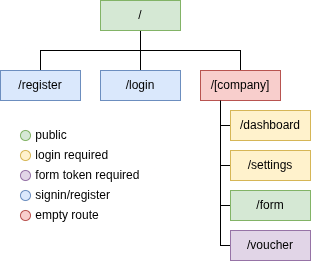
Svenum/CodeBrew keeps this draw.io diagram as Assignment/images/sitemap.drawio.png. Above is the earlier version. Source tidied: cells renumbered, new cells last; positions are measured from the earlier drawing's top-left corner, leaving out a move shared by most shapes.
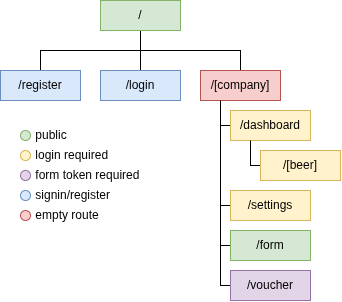
Later version of the same file.

Commit message:
chore: add /[compnay]/dashboard/[beer] endpoint to sitemap

What changed in the source:
```diff
@@ -30,24 +30,24 @@
       <mxGeometry x="200" y="70" width="80" height="30" as="geometry" />
     </mxCell>
     <mxCell id="11" style="edgeStyle=orthogonalEdgeStyle;shape=connector;rounded=0;jettySize=auto;html=1;exitX=0;exitY=0.5;exitDx=0;exitDy=0;entryX=0.25;entryY=1;entryDx=0;entryDy=0;strokeColor=default;align=center;verticalAlign=middle;fontFamily=Helvetica;fontSize=11;fontColor=default;labelBackgroundColor=default;defaultLabelBackgroundColor=gap;labelPadding=0 4;endArrow=none;endFill=0;" parent="1" edge="1" source="12" target="10">
-      <mxGeometry relative="1" as="geometry">
+      <mxGeometry x="0.01" relative="1" as="geometry">
         <Array as="points">
-          <mxPoint x="220" y="205" />
+          <mxPoint x="220" y="245" />
         </Array>
       </mxGeometry>
     </mxCell>
     <mxCell id="12" value="/form" style="rounded=0;whiteSpace=wrap;html=1;fillColor=#d5e8d4;strokeColor=#82b366;" parent="1" vertex="1">
-      <mxGeometry x="230" y="190" width="80" height="30" as="geometry" />
+      <mxGeometry x="230" y="230" width="80" height="30" as="geometry" />
     </mxCell>
     <mxCell id="13" style="edgeStyle=orthogonalEdgeStyle;shape=connector;rounded=0;jettySize=auto;html=1;exitX=0;exitY=0.5;exitDx=0;exitDy=0;entryX=0.25;entryY=1;entryDx=0;entryDy=0;strokeColor=default;align=center;verticalAlign=middle;fontFamily=Helvetica;fontSize=11;fontColor=default;labelBackgroundColor=default;defaultLabelBackgroundColor=gap;labelPadding=0 4;endArrow=none;endFill=0;" parent="1" edge="1" source="14" target="10">
-      <mxGeometry relative="1" as="geometry">
+      <mxGeometry x="0.01" relative="1" as="geometry">
         <Array as="points">
-          <mxPoint x="220" y="165" />
+          <mxPoint x="220" y="205" />
         </Array>
       </mxGeometry>
     </mxCell>
     <mxCell id="14" value="/settings" style="rounded=0;whiteSpace=wrap;html=1;fillColor=#fff2cc;strokeColor=#d6b656;" parent="1" vertex="1">
-      <mxGeometry x="230" y="150" width="80" height="30" as="geometry" />
+      <mxGeometry x="230" y="190" width="80" height="30" as="geometry" />
     </mxCell>
     <mxCell id="15" style="ellipse;whiteSpace=wrap;html=1;shapeInside=1;fillColor=#d5e8d4;strokeColor=#82b366;" parent="1" vertex="1">
       <mxGeometry x="20" y="130" width="10" height="10" as="geometry" />
@@ -74,14 +74,14 @@
       <mxGeometry x="30" y="200" width="90" height="30" as="geometry" />
     </mxCell>
     <mxCell id="23" style="edgeStyle=orthogonalEdgeStyle;shape=connector;rounded=0;jettySize=auto;html=1;exitX=0;exitY=0.5;exitDx=0;exitDy=0;entryX=0.25;entryY=1;entryDx=0;entryDy=0;strokeColor=default;align=center;verticalAlign=middle;fontFamily=Helvetica;fontSize=11;fontColor=default;labelBackgroundColor=default;defaultLabelBackgroundColor=gap;labelPadding=0 4;endArrow=none;endFill=0;" parent="1" edge="1" source="24" target="10">
-      <mxGeometry relative="1" as="geometry">
+      <mxGeometry x="0.01" relative="1" as="geometry">
         <Array as="points">
-          <mxPoint x="220" y="245" />
+          <mxPoint x="220" y="285" />
         </Array>
       </mxGeometry>
     </mxCell>
     <mxCell id="24" value="/voucher" style="rounded=0;whiteSpace=wrap;html=1;fillColor=#e1d5e7;strokeColor=#9673a6;" parent="1" vertex="1">
-      <mxGeometry x="230" y="230" width="80" height="30" as="geometry" />
+      <mxGeometry x="230" y="270" width="80" height="30" as="geometry" />
     </mxCell>
     <mxCell id="25" style="ellipse;whiteSpace=wrap;html=1;shapeInside=1;fillColor=#e1d5e7;strokeColor=#9673a6;" parent="1" vertex="1">
       <mxGeometry x="20" y="170" width="10" height="10" as="geometry" />
@@ -89,5 +89,11 @@
     <mxCell id="26" value="&amp;nbsp;form token required" style="text;html=1;whiteSpace=wrap;strokeColor=none;fillColor=none;align=left;verticalAlign=middle;rounded=0;" parent="1" vertex="1">
       <mxGeometry x="30" y="160" width="120" height="30" as="geometry" />
     </mxCell>
+    <mxCell id="27" style="edgeStyle=orthogonalEdgeStyle;shape=connector;rounded=0;jettySize=auto;html=1;exitX=0;exitY=0.5;exitDx=0;exitDy=0;entryX=0.25;entryY=1;entryDx=0;entryDy=0;strokeColor=default;align=center;verticalAlign=middle;fontFamily=Helvetica;fontSize=11;fontColor=default;labelBackgroundColor=default;defaultLabelBackgroundColor=gap;labelPadding=0 4;endArrow=none;endFill=0;" parent="1" edge="1" source="28" target="8">
+      <mxGeometry relative="1" as="geometry" />
+    </mxCell>
+    <mxCell id="28" value="/[beer]" style="rounded=0;whiteSpace=wrap;html=1;fillColor=#fff2cc;strokeColor=#d6b656;" parent="1" vertex="1">
+      <mxGeometry x="260" y="150" width="80" height="30" as="geometry" />
+    </mxCell>
   </root>
 </mxGraphModel>
```
